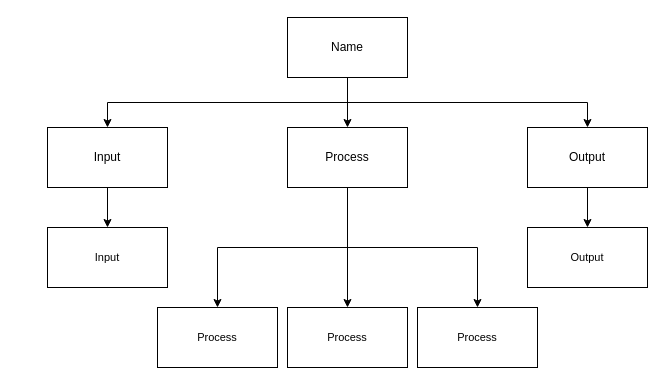
Above: design.drawio in Aleksandr-Ten/ICS3U-Unit3-01-Python (draw.io), before the change. Source tidied: cells renumbered, new cells numbered last; positions are measured from the earlier drawing's top-left corner, leaving out a move shared by most shapes. Both pictures are drawn from the tidied source at 100%, with x=0, y=0 at pixel (47, 17).
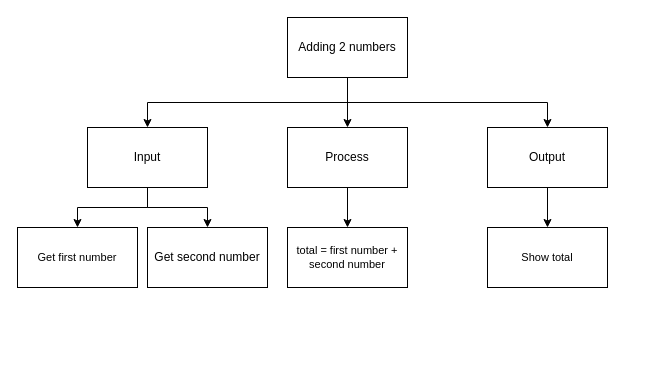
The same diagram, later.

Change to the diagram source:
```diff
@@
 <mxGraphModel>
   <root>
     <mxCell id="0" />
     <mxCell id="1" parent="0" />
     <mxCell id="2" style="edgeStyle=none;html=1;exitX=0.5;exitY=1;exitDx=0;exitDy=0;entryX=0.5;entryY=0;entryDx=0;entryDy=0;" parent="1" edge="1" source="5" target="9">
       <mxGeometry relative="1" as="geometry" />
     </mxCell>
     <mxCell id="3" style="edgeStyle=orthogonalEdgeStyle;html=1;exitX=0.5;exitY=1;exitDx=0;exitDy=0;entryX=0.5;entryY=0;entryDx=0;entryDy=0;rounded=0;" parent="1" edge="1" source="5" target="11">
       <mxGeometry relative="1" as="geometry" />
     </mxCell>
     <mxCell id="4" style="edgeStyle=orthogonalEdgeStyle;shape=connector;rounded=0;html=1;labelBackgroundColor=default;fontFamily=Helvetica;fontSize=11;fontColor=default;endArrow=classic;strokeColor=default;exitX=0.5;exitY=1;exitDx=0;exitDy=0;" parent="1" edge="1" source="5" target="13">
       <mxGeometry relative="1" as="geometry" />
     </mxCell>
-    <mxCell id="5" value="Name" style="rounded=0;whiteSpace=wrap;html=1;" parent="1" vertex="1">
+    <mxCell id="5" value="Adding 2 numbers" style="rounded=0;whiteSpace=wrap;html=1;" parent="1" vertex="1">
       <mxGeometry x="240" width="120" height="60" as="geometry" />
     </mxCell>
     <mxCell id="6" style="edgeStyle=orthogonalEdgeStyle;shape=connector;rounded=0;html=1;labelBackgroundColor=default;fontFamily=Helvetica;fontSize=11;fontColor=default;endArrow=classic;strokeColor=default;" parent="1" edge="1" source="9" target="16">
       <mxGeometry relative="1" as="geometry" />
     </mxCell>
-    <mxCell id="7" style="edgeStyle=orthogonalEdgeStyle;shape=connector;rounded=0;html=1;exitX=0.5;exitY=1;exitDx=0;exitDy=0;labelBackgroundColor=default;fontFamily=Helvetica;fontSize=11;fontColor=default;endArrow=classic;strokeColor=default;" parent="1" edge="1" source="9" target="15">
-      <mxGeometry relative="1" as="geometry" />
-    </mxCell>
-    <mxCell id="8" style="edgeStyle=orthogonalEdgeStyle;shape=connector;rounded=0;html=1;exitX=0.5;exitY=1;exitDx=0;exitDy=0;labelBackgroundColor=default;fontFamily=Helvetica;fontSize=11;fontColor=default;endArrow=classic;strokeColor=default;" parent="1" edge="1" source="9" target="17">
-      <mxGeometry relative="1" as="geometry" />
-    </mxCell>
     <mxCell id="9" value="Process" style="rounded=0;whiteSpace=wrap;html=1;" parent="1" vertex="1">
       <mxGeometry x="240" y="110" width="120" height="60" as="geometry" />
     </mxCell>
     <mxCell id="10" style="edgeStyle=orthogonalEdgeStyle;shape=connector;rounded=0;html=1;exitX=0.5;exitY=1;exitDx=0;exitDy=0;labelBackgroundColor=default;fontFamily=Helvetica;fontSize=11;fontColor=default;endArrow=classic;strokeColor=default;" parent="1" edge="1" source="11" target="14">
       <mxGeometry relative="1" as="geometry" />
     </mxCell>
+    <mxCell id="19" style="edgeStyle=orthogonalEdgeStyle;html=1;entryX=0.5;entryY=0;entryDx=0;entryDy=0;rounded=0;" parent="1" edge="1" source="11" target="20">
+      <mxGeometry relative="1" as="geometry" />
+    </mxCell>
     <mxCell id="11" value="Input" style="rounded=0;whiteSpace=wrap;html=1;" parent="1" vertex="1">
-      <mxGeometry y="110" width="120" height="60" as="geometry" />
+      <mxGeometry x="40" y="110" width="120" height="60" as="geometry" />
     </mxCell>
     <mxCell id="12" style="edgeStyle=orthogonalEdgeStyle;shape=connector;rounded=0;html=1;labelBackgroundColor=default;fontFamily=Helvetica;fontSize=11;fontColor=default;endArrow=classic;strokeColor=default;" parent="1" edge="1" source="13" target="18">
       <mxGeometry relative="1" as="geometry" />
     </mxCell>
     <mxCell id="13" value="Output" style="rounded=0;whiteSpace=wrap;html=1;" parent="1" vertex="1">
-      <mxGeometry x="480" y="110" width="120" height="60" as="geometry" />
+      <mxGeometry x="440" y="110" width="120" height="60" as="geometry" />
     </mxCell>
-    <mxCell id="14" value="Input" style="rounded=0;whiteSpace=wrap;html=1;fontFamily=Helvetica;fontSize=11;fontColor=default;" parent="1" vertex="1">
-      <mxGeometry y="210" width="120" height="60" as="geometry" />
+    <mxCell id="14" value="Get first number" style="rounded=0;whiteSpace=wrap;html=1;fontFamily=Helvetica;fontSize=11;fontColor=default;" parent="1" vertex="1">
+      <mxGeometry x="-30" y="210" width="120" height="60" as="geometry" />
     </mxCell>
-    <mxCell id="15" value="Process" style="rounded=0;whiteSpace=wrap;html=1;fontFamily=Helvetica;fontSize=11;fontColor=default;" parent="1" vertex="1">
-      <mxGeometry x="110" y="290" width="120" height="60" as="geometry" />
-    </mxCell>
-    <mxCell id="16" value="Process" style="rounded=0;whiteSpace=wrap;html=1;fontFamily=Helvetica;fontSize=11;fontColor=default;" parent="1" vertex="1">
-      <mxGeometry x="240" y="290" width="120" height="60" as="geometry" />
+    <mxCell id="16" value="total = first number + second number" style="rounded=0;whiteSpace=wrap;html=1;fontFamily=Helvetica;fontSize=11;fontColor=default;" parent="1" vertex="1">
+      <mxGeometry x="240" y="210" width="120" height="60" as="geometry" />
     </mxCell>
-    <mxCell id="17" value="Process" style="rounded=0;whiteSpace=wrap;html=1;fontFamily=Helvetica;fontSize=11;fontColor=default;" parent="1" vertex="1">
-      <mxGeometry x="370" y="290" width="120" height="60" as="geometry" />
-    </mxCell>
-    <mxCell id="18" value="Output" style="rounded=0;whiteSpace=wrap;html=1;fontFamily=Helvetica;fontSize=11;fontColor=default;" parent="1" vertex="1">
-      <mxGeometry x="480" y="210" width="120" height="60" as="geometry" />
+    <mxCell id="18" value="Show total" style="rounded=0;whiteSpace=wrap;html=1;fontFamily=Helvetica;fontSize=11;fontColor=default;" parent="1" vertex="1">
+      <mxGeometry x="440" y="210" width="120" height="60" as="geometry" />
     </mxCell>
+    <mxCell id="20" value="Get second number" style="rounded=0;whiteSpace=wrap;html=1;" parent="1" vertex="1">
+      <mxGeometry x="100" y="210" width="120" height="60" as="geometry" />
+    </mxCell>
   </root>
 </mxGraphModel>
```
